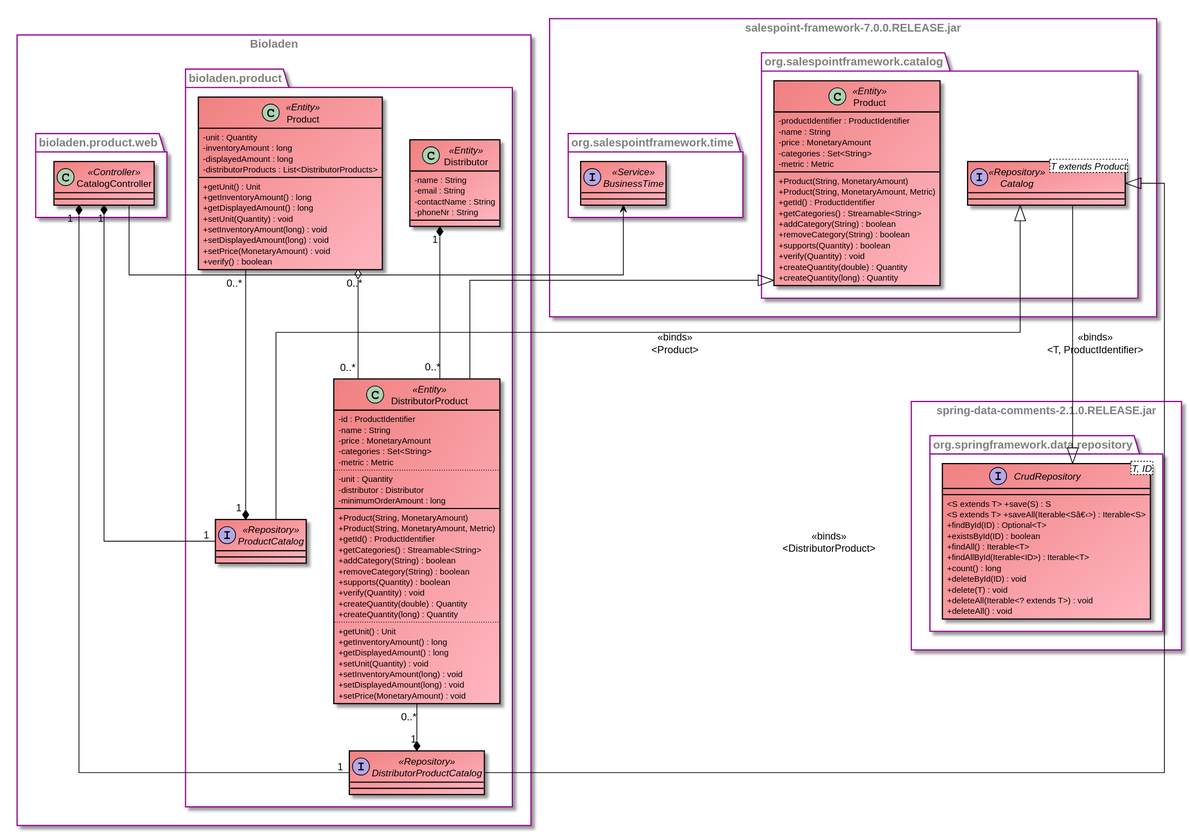
This is src/main/asciidoc/models/design/DesignProductDepartment.svg from LimitlessGreen/swt18w43, a PlantUML export, as it was before one commit.
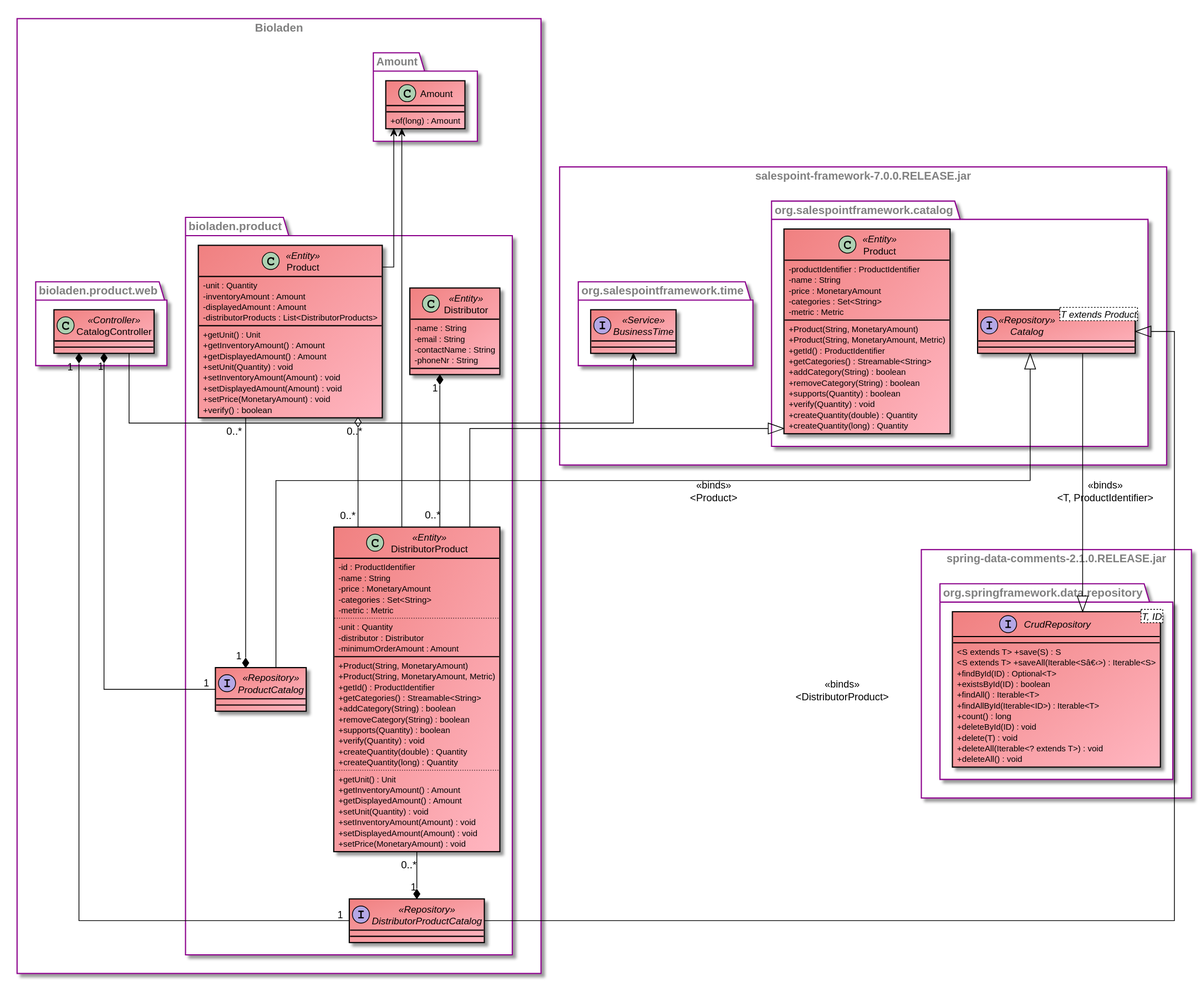
After the commit.

Commit message:
[Design] cardinalities and Amount added

What changed in the source:
```diff
@@ -94,7 +94,7 @@
             ..
             -unit : Quantity
             -distributor : Distributor
-            -minimumOrderAmount : long
+            -minimumOrderAmount : Amount
             __
             +Product(String, MonetaryAmount)
             +Product(String, MonetaryAmount, Metric)
@@ -108,26 +108,26 @@
             +createQuantity(long) : Quantity
             ..
             +getUnit() : Unit
-            +getInventoryAmount() : long
-            +getDisplayedAmount() : long
+            +getInventoryAmount() : Amount
+            +getDisplayedAmount() : Amount
             +setUnit(Quantity) : void
-            +setInventoryAmount(long) : void
-            +setDisplayedAmount(long) : void
+            +setInventoryAmount(Amount) : void
+            +setDisplayedAmount(Amount) : void
             +setPrice(MonetaryAmount) : void
         }
 
         class Product <<Entity>> {
             -unit : Quantity
-            -inventoryAmount : long
-            -displayedAmount : long
+            -inventoryAmount : Amount
+            -displayedAmount : Amount
             -distributorProducts : List<DistributorProducts>
 
             +getUnit() : Unit
-            +getInventoryAmount() : long
-            +getDisplayedAmount() : long
+            +getInventoryAmount() : Amount
+            +getDisplayedAmount() : Amount
             +setUnit(Quantity) : void
-            +setInventoryAmount(long) : void
-            +setDisplayedAmount(long) : void
+            +setInventoryAmount(Amount) : void
+            +setDisplayedAmount(Amount) : void
             +setPrice(MonetaryAmount) : void
             +verify() : boolean
         }
@@ -155,6 +155,15 @@
         }
     }
 
+    namespace Amount {
+        class Amount {
+            +of(long) : Amount
+
+        }
+        Amount <-- bioladen.product.Product
+        Amount <-- bioladen.product.DistributorProduct
+    }
+
 
 
 
```
